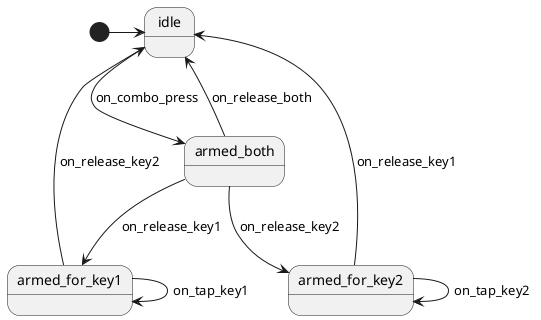
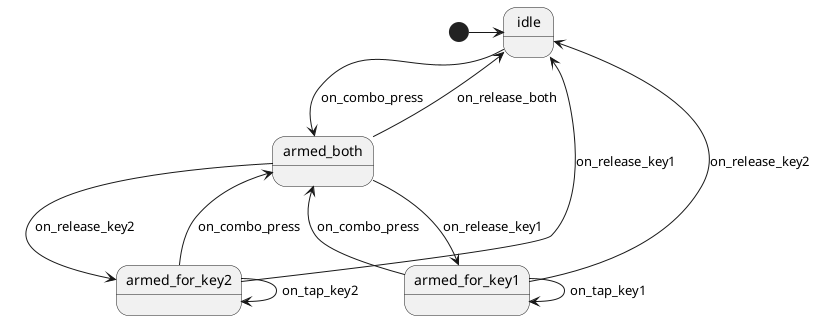
@startuml StickyCombo
state idle
state armed_both
state armed_for_key1
state armed_for_key2

[*] -> idle

idle --> armed_both : on_combo_press
armed_both --> armed_for_key1 : on_release_key1
armed_both --> armed_for_key2 : on_release_key2
armed_both --> idle : on_release_both

+ armed_for_key1 --> armed_both : on_combo_press
armed_for_key1 --> armed_for_key1 : on_tap_key1
armed_for_key1 --> idle : on_release_key2

+ armed_for_key2 --> armed_both : on_combo_press
armed_for_key2 --> armed_for_key2 : on_tap_key2
armed_for_key2 --> idle : on_release_key1

/'! $CONFIG : toml
SmRunnerSettings.transpilerId = "C99"
'/
@enduml
